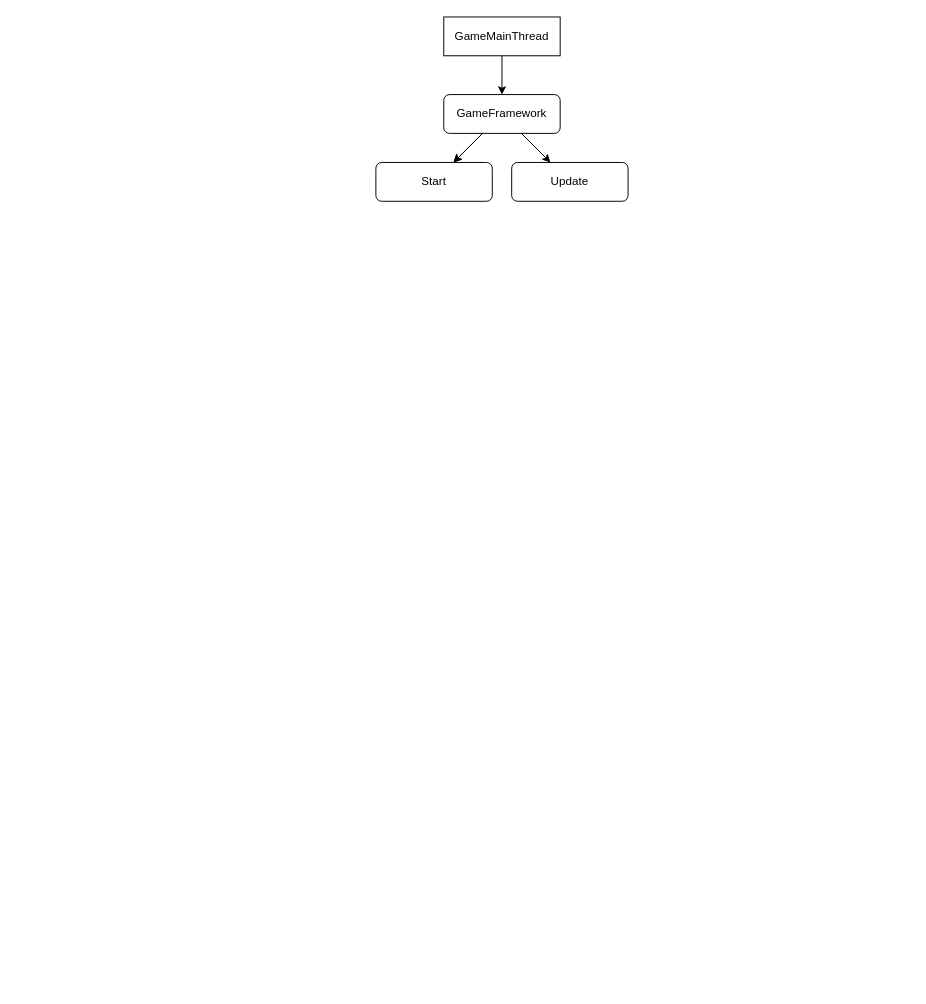
Before: BattleCity/游戏框架.dio in AlphaaeStudio/CshopGamesTest, a draw.io diagram. Source tidied: cells renumbered, new cells numbered last; positions are measured from the earlier drawing's top-left corner, leaving out a move shared by most shapes. Both pictures are drawn from the tidied source at 97%, with x=0, y=0 at pixel (375, 16).
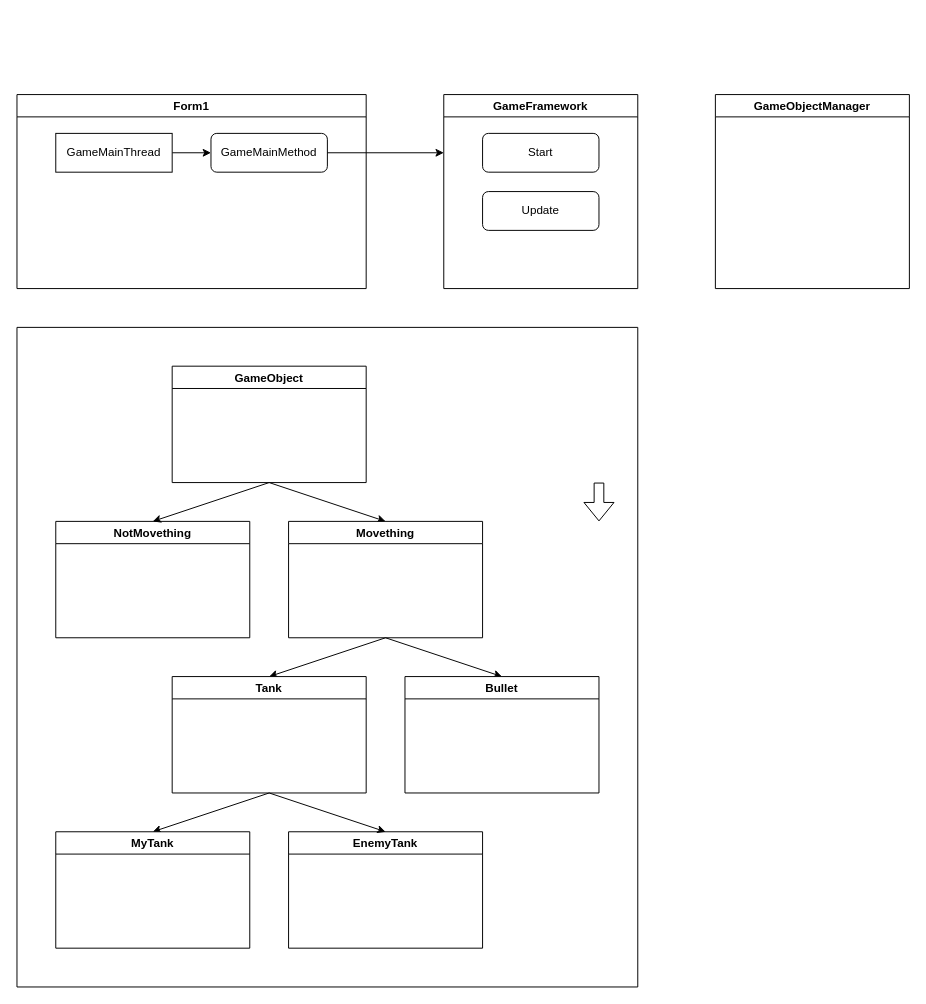
Above is the later version.

What changed in the source:
```diff
@@
-    <mxCell id="2" style="edgeStyle=none;html=1;" parent="1" edge="1" source="5" target="6">
-      <mxGeometry relative="1" as="geometry" />
-    </mxCell>
-    <mxCell id="3" style="edgeStyle=none;html=1;" parent="1" edge="1" source="5" target="6">
-      <mxGeometry relative="1" as="geometry" />
-    </mxCell>
-    <mxCell id="4" style="edgeStyle=none;html=1;" parent="1" edge="1" source="5" target="7">
-      <mxGeometry relative="1" as="geometry" />
-    </mxCell>
+    <mxCell id="10" value="Form1" style="swimlane;" parent="1" vertex="1">
+      <mxGeometry x="-370" y="80" width="360" height="200" as="geometry" />
+    </mxCell>
+    <mxCell id="11" style="edgeStyle=none;html=1;" parent="10" edge="1" source="9" target="12">
+      <mxGeometry relative="1" as="geometry" />
+    </mxCell>
+    <mxCell id="9" value="GameMainThread" style="rounded=0;whiteSpace=wrap;html=1;" parent="10" vertex="1">
+      <mxGeometry x="40" y="40" width="120" height="40" as="geometry" />
+    </mxCell>
+    <mxCell id="12" value="GameMainMethod" style="rounded=1;whiteSpace=wrap;html=1;" parent="10" vertex="1">
+      <mxGeometry x="200" y="40" width="120" height="40" as="geometry" />
+    </mxCell>
-    <mxCell id="5" value="GameFramework" style="rounded=1;whiteSpace=wrap;html=1;" parent="1" vertex="1">
-      <mxGeometry x="70" y="80" width="120" height="40" as="geometry" />
+    <mxCell id="5" value="GameFramework" style="swimlane;" parent="1" vertex="1">
+      <mxGeometry x="70" y="80" width="200" height="200" as="geometry" />
     </mxCell>
-    <mxCell id="6" value="Start" style="whiteSpace=wrap;html=1;rounded=1;" parent="1" vertex="1">
-      <mxGeometry y="150" width="120" height="40" as="geometry" />
+    <mxCell id="6" value="Start" style="whiteSpace=wrap;html=1;rounded=1;" parent="5" vertex="1">
+      <mxGeometry x="40" y="40" width="120" height="40" as="geometry" />
     </mxCell>
-    <mxCell id="7" value="Update" style="whiteSpace=wrap;html=1;rounded=1;" parent="1" vertex="1">
-      <mxGeometry x="140" y="150" width="120" height="40" as="geometry" />
+    <mxCell id="7" value="Update" style="whiteSpace=wrap;html=1;rounded=1;" parent="5" vertex="1">
+      <mxGeometry x="40" y="100" width="120" height="40" as="geometry" />
     </mxCell>
-    <mxCell id="8" style="edgeStyle=none;html=1;" parent="1" edge="1" source="9" target="5">
-      <mxGeometry relative="1" as="geometry" />
-    </mxCell>
-    <mxCell id="9" value="GameMainThread" style="rounded=0;whiteSpace=wrap;html=1;" parent="1" vertex="1">
-      <mxGeometry x="70" width="120" height="40" as="geometry" />
-    </mxCell>
+    <mxCell id="13" style="edgeStyle=none;html=1;" parent="1" edge="1" source="12">
+      <mxGeometry relative="1" as="geometry">
+        <mxPoint x="70" y="140" as="targetPoint" />
+      </mxGeometry>
+    </mxCell>
+    <mxCell id="14" style="swimlane;startSize=0;" parent="1" vertex="1">
+      <mxGeometry x="-370" y="320" width="640" height="680" as="geometry" />
+    </mxCell>
+    <mxCell id="15" value="NotMovething" style="swimlane;startSize=23;" parent="14" vertex="1">
+      <mxGeometry x="40" y="200" width="200" height="120" as="geometry" />
+    </mxCell>
+    <mxCell id="16" style="edgeStyle=none;html=1;exitX=0.5;exitY=1;exitDx=0;exitDy=0;entryX=0.5;entryY=0;entryDx=0;entryDy=0;" parent="14" edge="1" source="18" target="15">
+      <mxGeometry relative="1" as="geometry" />
+    </mxCell>
+    <mxCell id="17" style="edgeStyle=none;html=1;exitX=0.5;exitY=1;exitDx=0;exitDy=0;entryX=0.5;entryY=0;entryDx=0;entryDy=0;" parent="14" edge="1" source="18" target="21">
+      <mxGeometry relative="1" as="geometry" />
+    </mxCell>
+    <mxCell id="18" value="GameObject" style="swimlane;" parent="14" vertex="1">
+      <mxGeometry x="160" y="40" width="200" height="120" as="geometry" />
+    </mxCell>
+    <mxCell id="19" style="edgeStyle=none;html=1;exitX=0.5;exitY=1;exitDx=0;exitDy=0;entryX=0.5;entryY=0;entryDx=0;entryDy=0;" parent="14" edge="1" source="21" target="26">
+      <mxGeometry relative="1" as="geometry" />
+    </mxCell>
+    <mxCell id="20" style="edgeStyle=none;html=1;exitX=0.5;exitY=1;exitDx=0;exitDy=0;entryX=0.5;entryY=0;entryDx=0;entryDy=0;" parent="14" edge="1" source="21" target="23">
+      <mxGeometry relative="1" as="geometry" />
+    </mxCell>
+    <mxCell id="21" value="Movething" style="swimlane;startSize=23;" parent="14" vertex="1">
+      <mxGeometry x="280" y="200" width="200" height="120" as="geometry" />
+    </mxCell>
+    <mxCell id="22" value="EnemyTank" style="swimlane;startSize=23;" parent="14" vertex="1">
+      <mxGeometry x="280" y="520" width="200" height="120" as="geometry" />
+    </mxCell>
+    <mxCell id="23" value="Bullet" style="swimlane;" parent="14" vertex="1">
+      <mxGeometry x="400" y="360" width="200" height="120" as="geometry" />
+    </mxCell>
+    <mxCell id="24" style="edgeStyle=none;html=1;exitX=0.5;exitY=1;exitDx=0;exitDy=0;entryX=0.5;entryY=0;entryDx=0;entryDy=0;" parent="14" edge="1" source="26" target="27">
+      <mxGeometry relative="1" as="geometry" />
+    </mxCell>
+    <mxCell id="25" style="edgeStyle=none;html=1;exitX=0.5;exitY=1;exitDx=0;exitDy=0;entryX=0.5;entryY=0;entryDx=0;entryDy=0;" parent="14" edge="1" source="26" target="22">
+      <mxGeometry relative="1" as="geometry" />
+    </mxCell>
+    <mxCell id="26" value="Tank" style="swimlane;startSize=23;" parent="14" vertex="1">
+      <mxGeometry x="160" y="360" width="200" height="120" as="geometry" />
+    </mxCell>
+    <mxCell id="27" value="MyTank" style="swimlane;startSize=23;" parent="14" vertex="1">
+      <mxGeometry x="40" y="520" width="200" height="120" as="geometry" />
+    </mxCell>
+    <mxCell id="28" style="shape=flexArrow;endArrow=classic;html=1;" parent="1" edge="1">
+      <mxGeometry relative="1" as="geometry">
+        <mxPoint x="230" y="480" as="sourcePoint" />
+        <mxPoint x="230" y="520" as="targetPoint" />
+      </mxGeometry>
+    </mxCell>
+    <mxCell id="29" value="GameObjectManager" style="swimlane;" parent="1" vertex="1">
+      <mxGeometry x="350" y="80" width="200" height="200" as="geometry" />
+    </mxCell>
```
